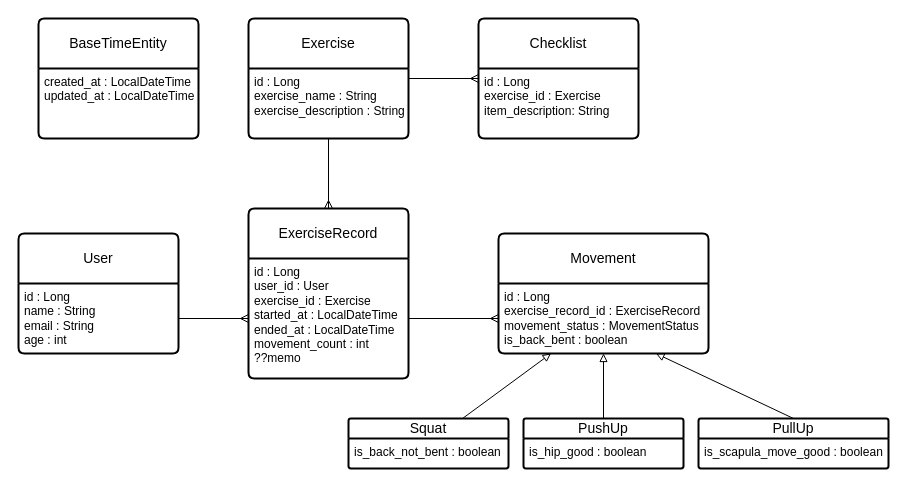
The draw.io diagram page "페이지-1" (1 of 2) of ERD/ourht.drawio in wnsgud0428/our-ht-backend-2, before the edit. Source tidied: cells renumbered, new cells numbered last; positions are measured from the earlier drawing's top-left corner, leaving out a move shared by most shapes. Both pictures are drawn from the tidied source at 100%, with x=0, y=0 at pixel (18, 18).
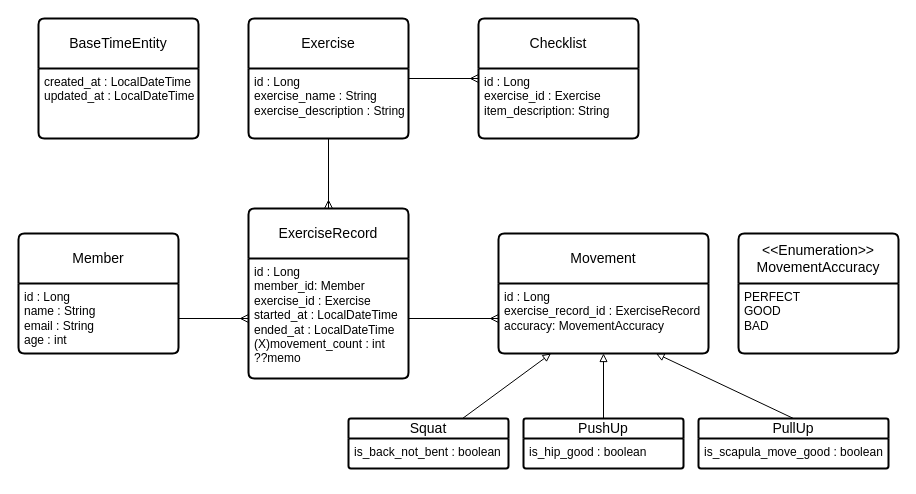
After the change.

Unchanged cells that the change refers to:
```xml
<mxCell id="7" value="ExerciseRecord" style="swimlane;horizontal=1;startSize=50;rounded=1;fontSize=14;fontStyle=0;strokeWidth=2;shadow=0;dashed=0;align=center;arcSize=4;whiteSpace=wrap;html=1;" parent="1" vertex="1">
  <mxGeometry x="230" y="190" width="160" height="170" as="geometry" />
</mxCell>
<mxCell id="9" value="Movement" style="swimlane;horizontal=1;startSize=50;rounded=1;fontSize=14;fontStyle=0;strokeWidth=2;shadow=0;dashed=0;align=center;arcSize=4;whiteSpace=wrap;html=1;" parent="1" vertex="1">
  <mxGeometry x="480" y="215" width="210" height="120" as="geometry" />
</mxCell>
```

What changed in the source:
```diff
@@
-    <mxCell id="2" value="User" style="swimlane;horizontal=1;startSize=50;rounded=1;fontSize=14;fontStyle=0;strokeWidth=2;shadow=0;dashed=0;align=center;arcSize=4;whiteSpace=wrap;html=1;" parent="1" vertex="1">
+    <mxCell id="2" value="Member" style="swimlane;horizontal=1;startSize=50;rounded=1;fontSize=14;fontStyle=0;strokeWidth=2;shadow=0;dashed=0;align=center;arcSize=4;whiteSpace=wrap;html=1;" parent="1" vertex="1">
       <mxGeometry y="215" width="160" height="120" as="geometry" />
     </mxCell>
@@
-    <mxCell id="8" value="id : Long&lt;br&gt;user_id : User&lt;br&gt;exercise_id : Exercise&lt;br&gt;started_at : LocalDateTime&lt;br&gt;ended_at : LocalDateTime&lt;br&gt;movement_count : int&lt;br&gt;??memo" style="align=left;strokeColor=none;fillColor=none;spacingLeft=4;fontSize=12;verticalAlign=top;html=1;" parent="7" vertex="1">
+    <mxCell id="8" value="id : Long&lt;br&gt;member_id: Member&lt;br&gt;exercise_id : Exercise&lt;br&gt;started_at : LocalDateTime&lt;br&gt;ended_at : LocalDateTime&lt;br&gt;(X)movement_count : int&lt;br&gt;??memo" style="align=left;strokeColor=none;fillColor=none;spacingLeft=4;fontSize=12;verticalAlign=top;html=1;" parent="7" vertex="1">
       <mxGeometry y="50" width="160" height="120" as="geometry" />
     </mxCell>
@@
-    <mxCell id="10" value="id : Long&lt;br&gt;exercise_record_id : ExerciseRecord&lt;br&gt;movement_status : MovementStatus&lt;br&gt;is_back_bent : boolean" style="align=left;strokeColor=none;fillColor=none;spacingLeft=4;fontSize=12;verticalAlign=top;html=1;" parent="9" vertex="1">
+    <mxCell id="10" value="id : Long&lt;br&gt;exercise_record_id : ExerciseRecord&lt;br&gt;accuracy: MovementAccuracy" style="align=left;strokeColor=none;fillColor=none;spacingLeft=4;fontSize=12;verticalAlign=top;html=1;" parent="9" vertex="1">
       <mxGeometry y="50" width="210" height="70" as="geometry" />
     </mxCell>
@@
+    <mxCell id="33" value="&amp;lt;&amp;lt;Enumeration&amp;gt;&amp;gt;&lt;br&gt;MovementAccuracy" style="swimlane;horizontal=1;startSize=50;rounded=1;fontSize=14;fontStyle=0;strokeWidth=2;shadow=0;dashed=0;align=center;arcSize=4;whiteSpace=wrap;html=1;" parent="1" vertex="1">
+      <mxGeometry x="720" y="215" width="160" height="120" as="geometry" />
+    </mxCell>
+    <mxCell id="34" value="PERFECT&lt;br&gt;GOOD&lt;br&gt;BAD" style="align=left;strokeColor=none;fillColor=none;spacingLeft=4;fontSize=12;verticalAlign=top;html=1;" parent="33" vertex="1">
+      <mxGeometry y="50" width="160" height="70" as="geometry" />
+    </mxCell>
```
